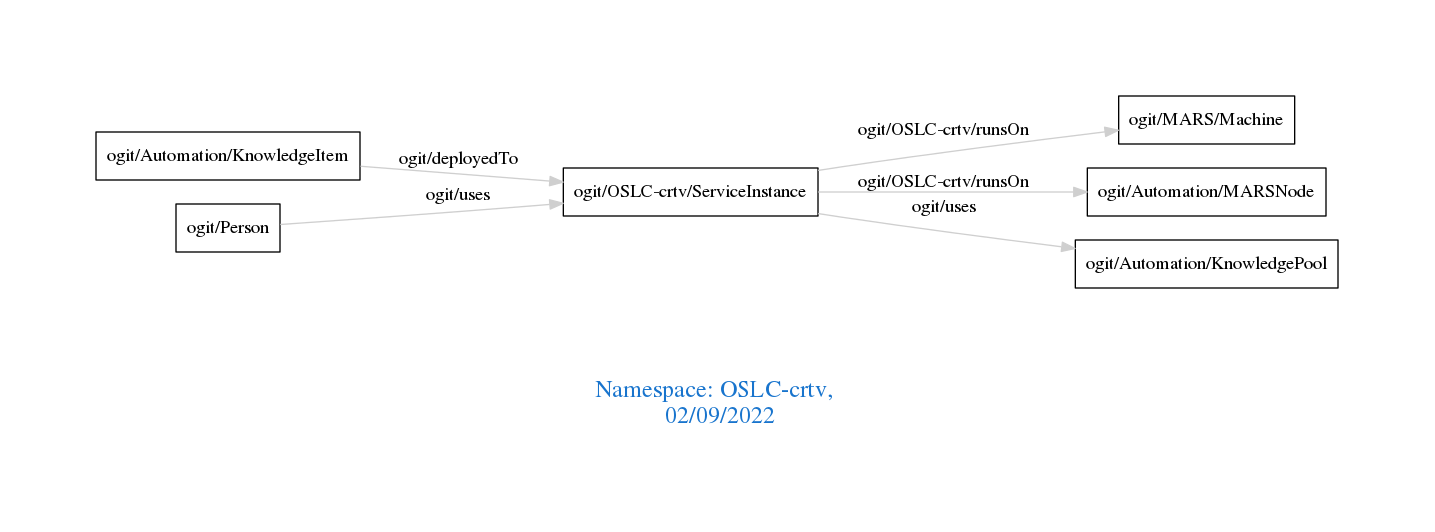
This is downloads/OSLC-crtv.png from arago/OGIT, a Graphviz export, as it was before one commit. Its source is kept beside it as downloads/OSLC-crtv.dot.
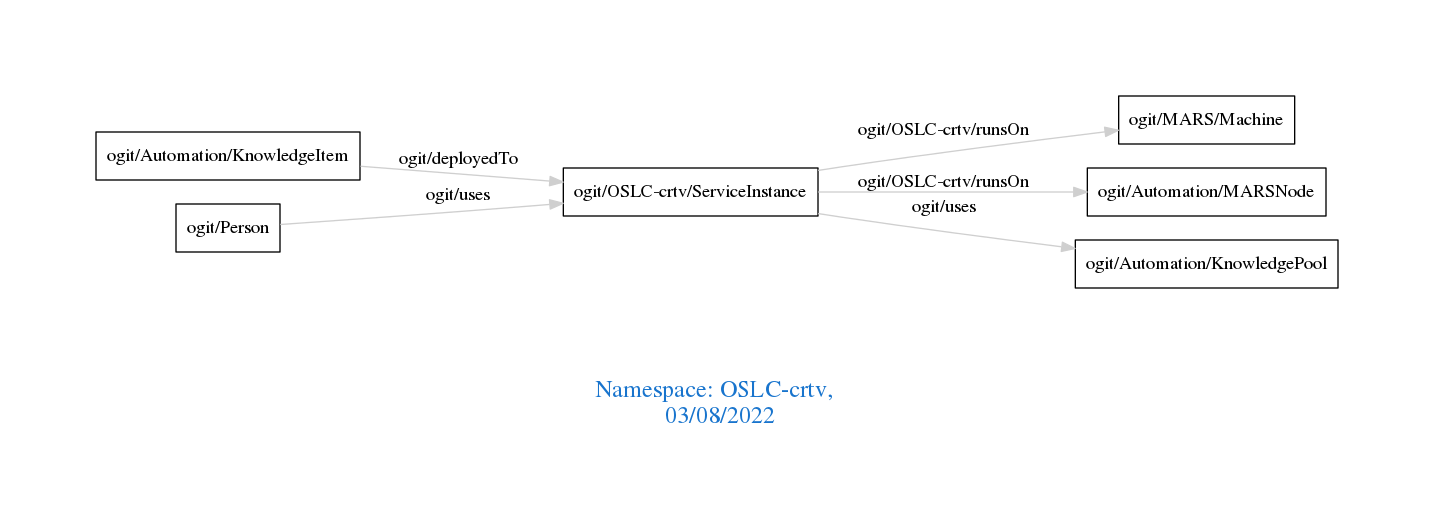
Later version of the same file.

The edit, as a diff of the source:
```diff
@@ -1,7 +1,7 @@
 digraph OGIT_ontology {
  graph [ rankdir= LR,pad=1
 fontsize = 18,
-fontcolor= dodgerblue3,label = "\n\n\nNamespace: OSLC-crtv, \n 02/09/2022"];
+fontcolor= dodgerblue3,label = "\n\n\nNamespace: OSLC-crtv, \n 03/08/2022"];
 node[shape=polygon];
 edge [  color="gray81"];
 
```
